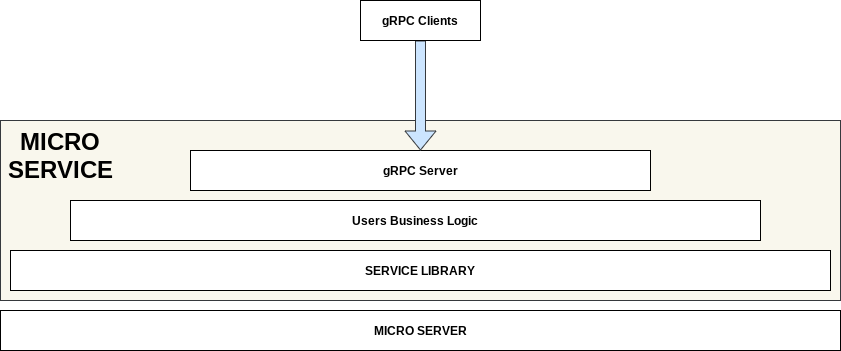
This is docs/images/micro-service-3.0.png from micro/micro, a draw.io export, as it was before one commit. Source tidied: cells renumbered, new cells last; positions are measured from the earlier drawing's top-left corner, leaving out a move shared by most shapes. The source it was exported from:
```xml
<mxGraphModel background="#ffffff">
  <root>
    <mxCell id="0" />
    <mxCell id="1" parent="0" />
    <mxCell id="2" style="rounded=0;whiteSpace=wrap;html=1;fillColor=#f9f7ed;strokeColor=#36393d;" parent="1" vertex="1">
      <mxGeometry y="120" width="840" height="180" as="geometry" />
    </mxCell>
    <mxCell id="3" value="&lt;b&gt;gRPC Server&lt;/b&gt;" style="rounded=0;whiteSpace=wrap;html=1;" parent="1" vertex="1">
      <mxGeometry x="190" y="150" width="460" height="40" as="geometry" />
    </mxCell>
    <mxCell id="4" style="shape=flexArrow;endArrow=classic;html=1;entryX=0.5;entryY=0;entryDx=0;entryDy=0;fillColor=#cce5ff;strokeColor=#36393d;" parent="1" edge="1" source="9" target="3">
      <mxGeometry relative="1" as="geometry" />
    </mxCell>
    <mxCell id="5" value="&lt;b&gt;&lt;font style=&quot;font-size: 24px&quot;&gt;MICRO&lt;br&gt;SERVICE&lt;br&gt;&lt;/font&gt;&lt;/b&gt;" style="text;html=1;strokeColor=none;fillColor=none;align=center;verticalAlign=middle;whiteSpace=wrap;rounded=0;direction=east;" parent="1" vertex="1">
      <mxGeometry x="40" y="110" width="40" height="90" as="geometry" />
    </mxCell>
    <mxCell id="6" value="&lt;b&gt;MICRO SERVER&lt;/b&gt;" style="rounded=0;whiteSpace=wrap;html=1;" parent="1" vertex="1">
      <mxGeometry y="310" width="840" height="40" as="geometry" />
    </mxCell>
    <mxCell id="7" value="&lt;b&gt;Users Business Logic&lt;br&gt;&lt;/b&gt;" style="rounded=0;whiteSpace=wrap;html=1;" parent="1" vertex="1">
      <mxGeometry x="70" y="200" width="690" height="40" as="geometry" />
    </mxCell>
    <mxCell id="8" value="&lt;b&gt;SERVICE LIBRARY&lt;/b&gt;" style="rounded=0;whiteSpace=wrap;html=1;" parent="1" vertex="1">
      <mxGeometry x="10" y="250" width="820" height="40" as="geometry" />
    </mxCell>
    <mxCell id="9" value="&lt;b&gt;gRPC Clients&lt;/b&gt;" style="rounded=0;whiteSpace=wrap;html=1;" parent="1" vertex="1">
      <mxGeometry x="360" width="120" height="40" as="geometry" />
    </mxCell>
  </root>
</mxGraphModel>
```
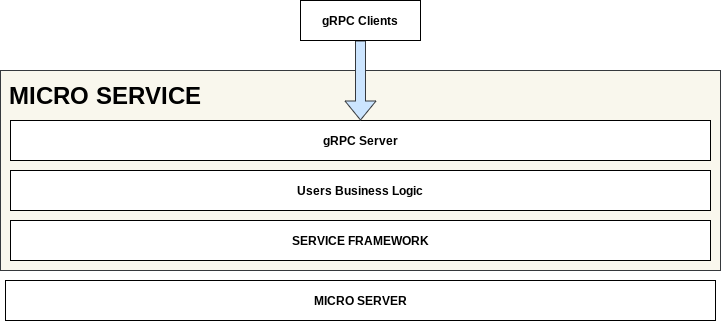
The same file after the commit.

Commit message:
library => framework (#1548)

The edit, as a diff of the source:
```diff
@@ -3,28 +3,28 @@
     <mxCell id="0" />
     <mxCell id="1" parent="0" />
     <mxCell id="2" style="rounded=0;whiteSpace=wrap;html=1;fillColor=#f9f7ed;strokeColor=#36393d;" parent="1" vertex="1">
-      <mxGeometry y="120" width="840" height="180" as="geometry" />
+      <mxGeometry y="80" width="720" height="200" as="geometry" />
     </mxCell>
     <mxCell id="3" value="&lt;b&gt;gRPC Server&lt;/b&gt;" style="rounded=0;whiteSpace=wrap;html=1;" parent="1" vertex="1">
-      <mxGeometry x="190" y="150" width="460" height="40" as="geometry" />
+      <mxGeometry x="10" y="130" width="700" height="40" as="geometry" />
     </mxCell>
     <mxCell id="4" style="shape=flexArrow;endArrow=classic;html=1;entryX=0.5;entryY=0;entryDx=0;entryDy=0;fillColor=#cce5ff;strokeColor=#36393d;" parent="1" edge="1" source="9" target="3">
       <mxGeometry relative="1" as="geometry" />
     </mxCell>
-    <mxCell id="5" value="&lt;b&gt;&lt;font style=&quot;font-size: 24px&quot;&gt;MICRO&lt;br&gt;SERVICE&lt;br&gt;&lt;/font&gt;&lt;/b&gt;" style="text;html=1;strokeColor=none;fillColor=none;align=center;verticalAlign=middle;whiteSpace=wrap;rounded=0;direction=east;" parent="1" vertex="1">
-      <mxGeometry x="40" y="110" width="40" height="90" as="geometry" />
+    <mxCell id="5" value="&lt;b&gt;&lt;font style=&quot;font-size: 24px&quot;&gt;MICRO SERVICE&lt;br&gt;&lt;/font&gt;&lt;/b&gt;" style="text;html=1;strokeColor=none;fillColor=none;align=center;verticalAlign=middle;whiteSpace=wrap;rounded=0;direction=east;" parent="1" vertex="1">
+      <mxGeometry x="5" y="60" width="200" height="90" as="geometry" />
     </mxCell>
     <mxCell id="6" value="&lt;b&gt;MICRO SERVER&lt;/b&gt;" style="rounded=0;whiteSpace=wrap;html=1;" parent="1" vertex="1">
-      <mxGeometry y="310" width="840" height="40" as="geometry" />
+      <mxGeometry x="5" y="290" width="710" height="40" as="geometry" />
     </mxCell>
     <mxCell id="7" value="&lt;b&gt;Users Business Logic&lt;br&gt;&lt;/b&gt;" style="rounded=0;whiteSpace=wrap;html=1;" parent="1" vertex="1">
-      <mxGeometry x="70" y="200" width="690" height="40" as="geometry" />
+      <mxGeometry x="10" y="180" width="700" height="40" as="geometry" />
     </mxCell>
-    <mxCell id="8" value="&lt;b&gt;SERVICE LIBRARY&lt;/b&gt;" style="rounded=0;whiteSpace=wrap;html=1;" parent="1" vertex="1">
-      <mxGeometry x="10" y="250" width="820" height="40" as="geometry" />
+    <mxCell id="8" value="&lt;b&gt;SERVICE FRAMEWORK&lt;/b&gt;" style="rounded=0;whiteSpace=wrap;html=1;" parent="1" vertex="1">
+      <mxGeometry x="10" y="230" width="700" height="40" as="geometry" />
     </mxCell>
     <mxCell id="9" value="&lt;b&gt;gRPC Clients&lt;/b&gt;" style="rounded=0;whiteSpace=wrap;html=1;" parent="1" vertex="1">
-      <mxGeometry x="360" width="120" height="40" as="geometry" />
+      <mxGeometry x="300" y="10" width="120" height="40" as="geometry" />
     </mxCell>
   </root>
 </mxGraphModel>
```
